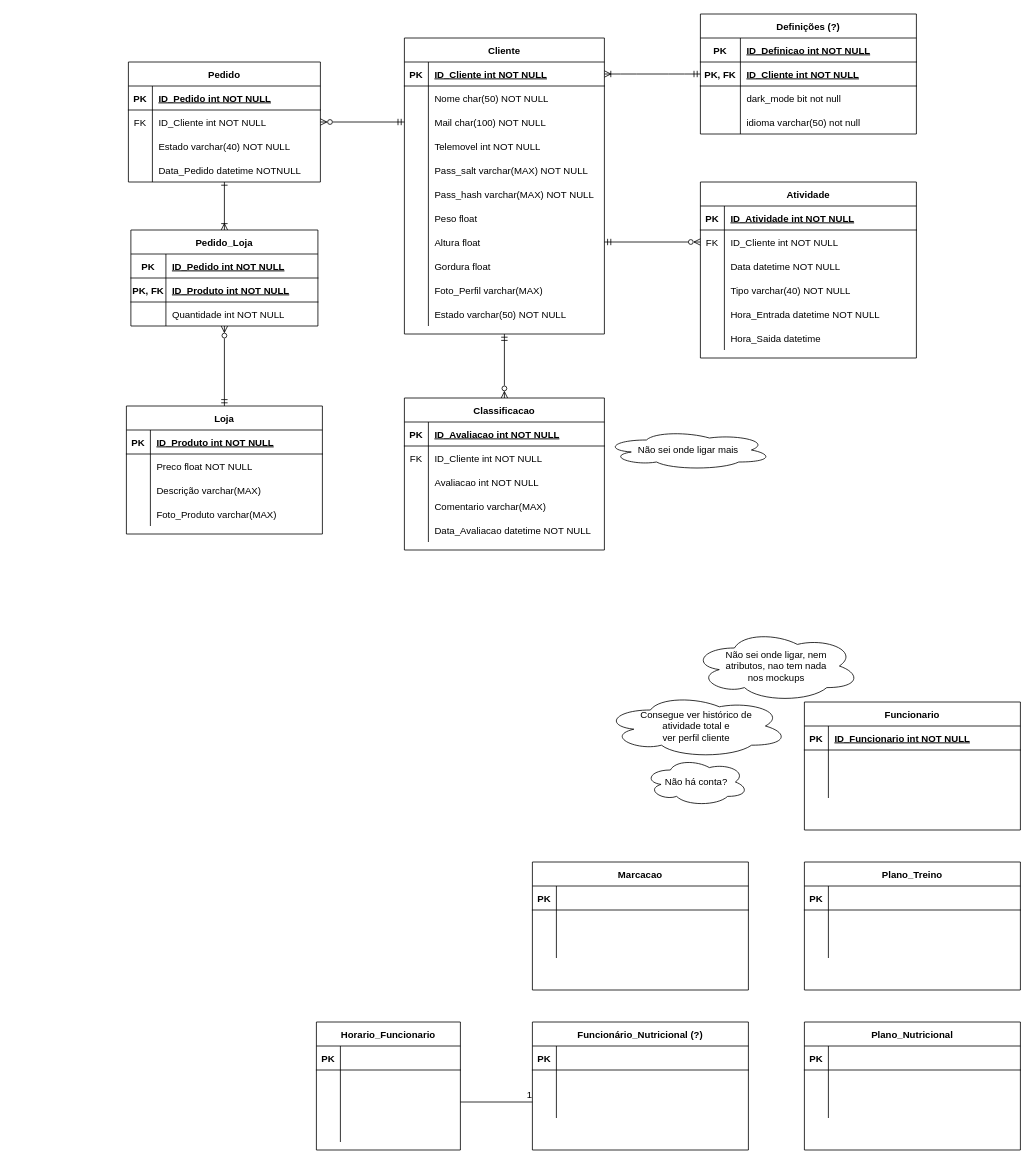
This is Diagramas/Diagrama Entidade-Relação/Entidade_Relacao.drawio from Presentation12/Ipca_Gym, a draw.io file, before an edit. Source tidied: cells renumbered, new cells numbered last; positions are measured from the earlier drawing's top-left corner, leaving out a move shared by most shapes. Both pictures are drawn from the tidied source at 80%, with x=0, y=0 at pixel (126, 14).
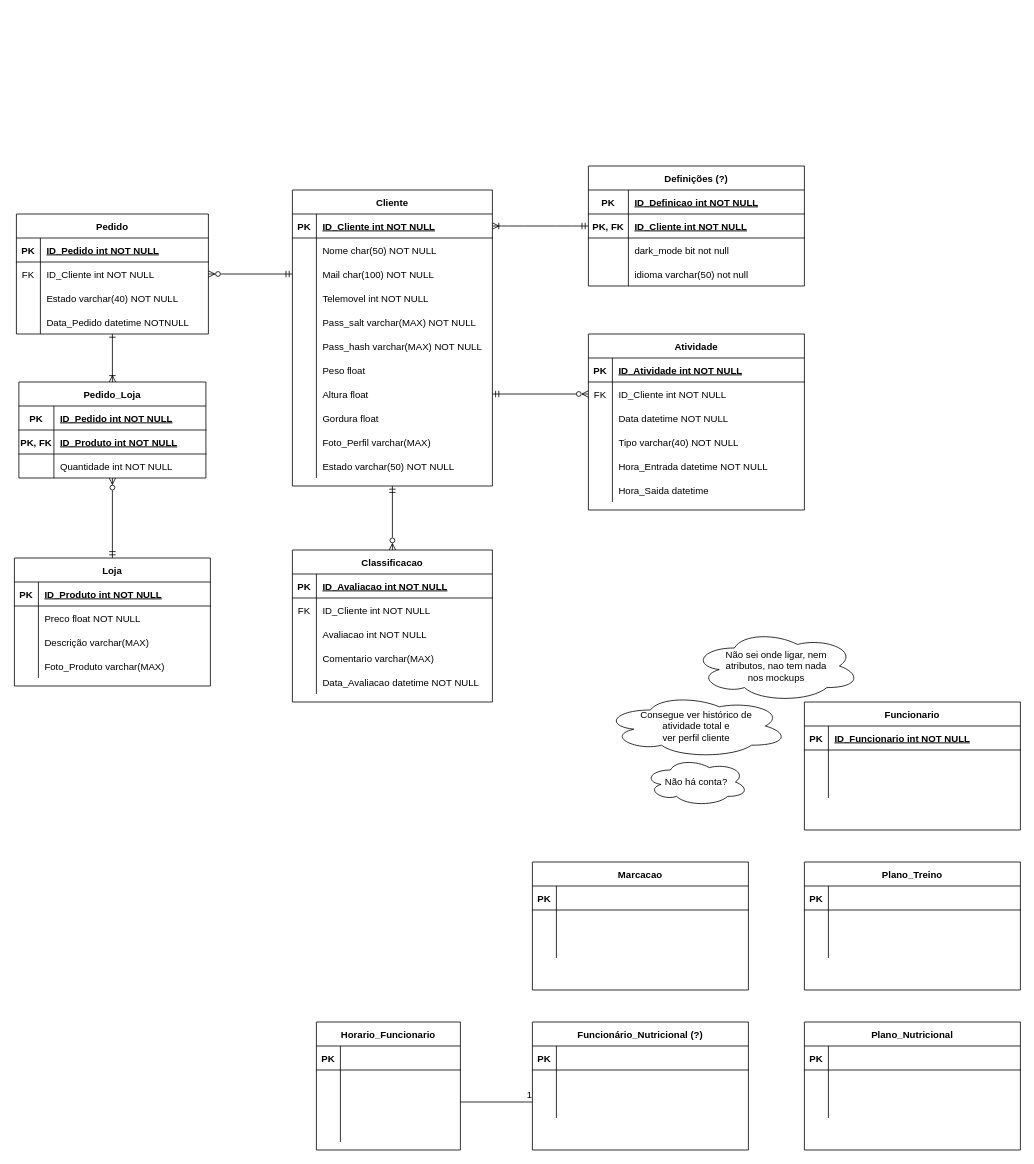
After the change.

Diff of the diagram source:
```diff
@@
     <mxCell id="3" value="Definições (?)" style="shape=table;startSize=30;childLayout=tableLayout;rowLines=0;fontStyle=1;align=center;" parent="1" vertex="1">
-      <mxGeometry x="718" width="270" height="150" as="geometry" />
+      <mxGeometry x="578" y="190" width="270" height="150" as="geometry" />
     </mxCell>
@@
     <mxCell id="17" value="Cliente" style="shape=table;startSize=30;childLayout=tableLayout;rowLines=0;fontStyle=1;align=center;" parent="1" vertex="1">
-      <mxGeometry x="348" y="30" width="250" height="370" as="geometry" />
+      <mxGeometry x="208" y="220" width="250" height="370" as="geometry" />
     </mxCell>
@@
     <mxCell id="51" value="Atividade" style="shape=table;startSize=30;childLayout=tableLayout;rowLines=0;fontStyle=1;align=center;" parent="1" vertex="1">
-      <mxGeometry x="718" y="210" width="270" height="220" as="geometry" />
+      <mxGeometry x="578" y="400" width="270" height="220" as="geometry" />
     </mxCell>
@@
     <mxCell id="72" value="Pedido" style="shape=table;startSize=30;childLayout=tableLayout;rowLines=0;fontStyle=1;align=center;" parent="1" vertex="1">
-      <mxGeometry x="3" y="60" width="240" height="150" as="geometry" />
+      <mxGeometry x="-137" y="250" width="240" height="150" as="geometry" />
     </mxCell>
@@
     <mxCell id="86" value="Loja" style="shape=table;startSize=30;childLayout=tableLayout;rowLines=0;fontStyle=1;align=center;" parent="1" vertex="1">
-      <mxGeometry x="0.5" y="490" width="245" height="160" as="geometry" />
+      <mxGeometry x="-139.5" y="680" width="245" height="160" as="geometry" />
     </mxCell>
@@
     <mxCell id="99" style="edgeStyle=orthogonalEdgeStyle;rounded=0;jettySize=auto;html=1;exitX=0.5;exitY=1;exitDx=0;exitDy=0;startArrow=ERzeroToMany;startFill=0;endArrow=ERmandOne;endFill=0;" parent="1" edge="1" source="100">
       <mxGeometry relative="1" as="geometry">
-        <mxPoint x="123" y="490" as="targetPoint" />
+        <mxPoint x="-17" y="680" as="targetPoint" />
       </mxGeometry>
     </mxCell>
     <mxCell id="100" value="Pedido_Loja" style="shape=table;startSize=30;childLayout=tableLayout;rowLines=0;fontStyle=1;align=center;" parent="1" vertex="1">
-      <mxGeometry x="6.1" y="270" width="233.8" height="120" as="geometry" />
+      <mxGeometry x="-133.9" y="460" width="233.8" height="120" as="geometry" />
     </mxCell>
@@
     <mxCell id="121" value="Classificacao" style="shape=table;startSize=30;childLayout=tableLayout;rowLines=0;fontStyle=1;align=center;" parent="1" vertex="1">
-      <mxGeometry x="348" y="480" width="250" height="190" as="geometry" />
+      <mxGeometry x="208" y="670" width="250" height="190" as="geometry" />
     </mxCell>
@@
-    <mxCell id="137" value="Não sei onde ligar mais" style="ellipse;shape=cloud;whiteSpace=wrap;html=1;align=center;" parent="1" vertex="1">
-      <mxGeometry x="598" y="520" width="210" height="50" as="geometry" />
-    </mxCell>
```
